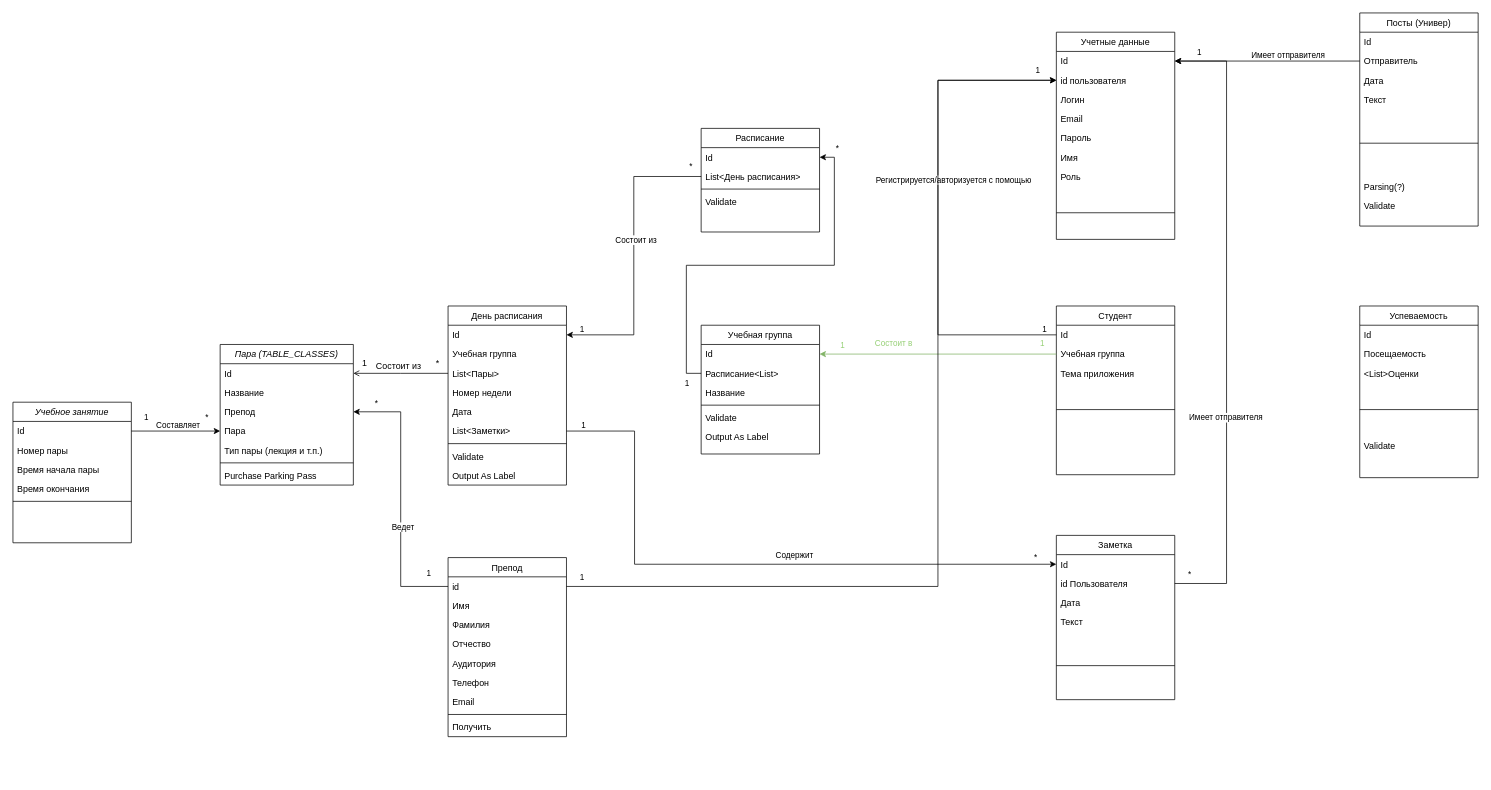
This is diagrams/ClassDiagram.drawio from BytesCrusher/kgtuapp, a draw.io file, before an edit. Source tidied: cells renumbered, new cells numbered last; positions are measured from the earlier drawing's top-left corner, leaving out a move shared by most shapes. Both pictures are drawn from the tidied source at 74%, with x=0, y=0 at pixel (13, 13).
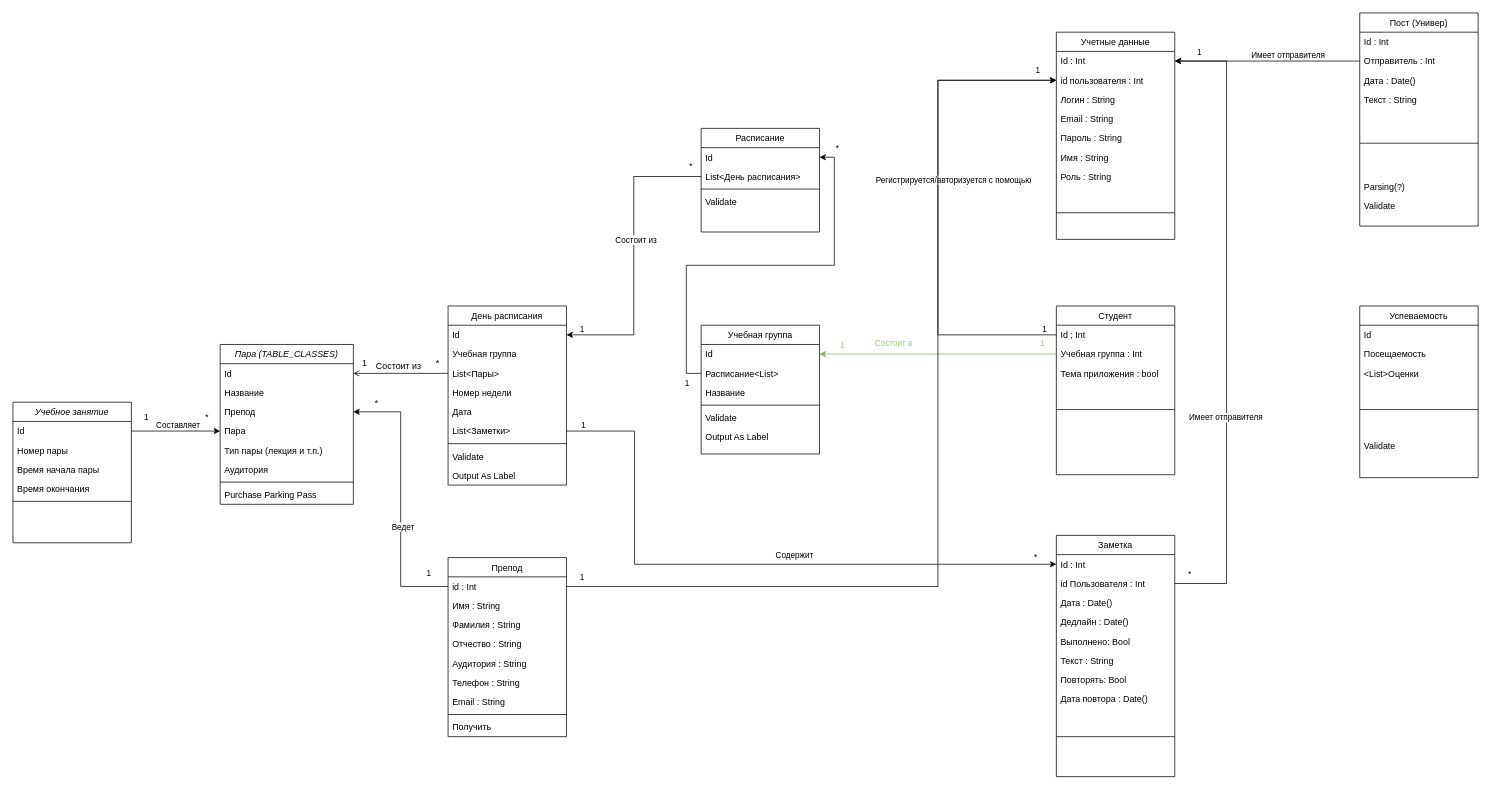
The same diagram, later.

The change refers to these unchanged cells:
```xml
<mxCell id="10" value="Препод" style="swimlane;fontStyle=0;align=center;verticalAlign=top;horizontal=1;startSize=26;rounded=0;shadow=0;strokeWidth=1;" parent="1" vertex="1">
  <mxGeometry x="588" y="736" width="160" height="242" as="geometry" />
</mxCell>
<mxCell id="46" value="Студент" style="swimlane;fontStyle=0;align=center;verticalAlign=top;horizontal=1;startSize=26;rounded=0;shadow=0;strokeWidth=1;" parent="1" vertex="1">
  <mxGeometry x="1410" y="396" width="160" height="228" as="geometry" />
</mxCell>
<mxCell id="74" value="Учетные данные" style="swimlane;fontStyle=0;align=center;verticalAlign=top;horizontal=1;startSize=26;rounded=0;shadow=0;strokeWidth=1;" parent="1" vertex="1">
  <mxGeometry x="1410" y="26" width="160" height="280" as="geometry" />
</mxCell>
```

What changed in the source:
```diff
@@
     <mxCell id="2" value="Пара (TABLE_CLASSES)" style="swimlane;fontStyle=2;align=center;verticalAlign=top;horizontal=1;startSize=26;rounded=0;shadow=0;strokeWidth=1;" parent="1" vertex="1">
-      <mxGeometry x="280" y="448" width="180" height="190" as="geometry" />
+      <mxGeometry x="280" y="448" width="180" height="216" as="geometry" />
     </mxCell>
@@
+    <mxCell id="122" value="Аудитория" style="text;align=left;verticalAlign=top;spacingLeft=4;spacingRight=4;overflow=hidden;" parent="2" vertex="1">
+      <mxGeometry y="156" width="180" height="26" as="geometry" />
+    </mxCell>
     <mxCell id="8" style="line;html=1;strokeWidth=1;align=left;verticalAlign=middle;spacingTop=-1;spacingLeft=3;spacingRight=3;labelPosition=right;" parent="2" vertex="1">
-      <mxGeometry y="156" width="180" height="8" as="geometry" />
+      <mxGeometry y="182" width="180" height="8" as="geometry" />
     </mxCell>
     <mxCell id="9" value="Purchase Parking Pass" style="text;align=left;verticalAlign=top;spacingLeft=4;spacingRight=4;overflow=hidden;" parent="2" vertex="1">
-      <mxGeometry y="164" width="180" height="26" as="geometry" />
+      <mxGeometry y="190" width="180" height="26" as="geometry" />
     </mxCell>
@@
-    <mxCell id="11" value="id" style="text;align=left;verticalAlign=top;spacingLeft=4;spacingRight=4;overflow=hidden;points=[[0,0.5],[1,0.5]];portConstraint=eastwest;" parent="10" vertex="1">
+    <mxCell id="11" value="id : Int" style="text;align=left;verticalAlign=top;spacingLeft=4;spacingRight=4;overflow=hidden;points=[[0,0.5],[1,0.5]];portConstraint=eastwest;" parent="10" vertex="1">
       <mxGeometry y="26" width="160" height="26" as="geometry" />
     </mxCell>
-    <mxCell id="12" value="Имя" style="text;align=left;verticalAlign=top;spacingLeft=4;spacingRight=4;overflow=hidden;" parent="10" vertex="1">
+    <mxCell id="12" value="Имя : String" style="text;align=left;verticalAlign=top;spacingLeft=4;spacingRight=4;overflow=hidden;" parent="10" vertex="1">
       <mxGeometry y="52" width="160" height="26" as="geometry" />
     </mxCell>
-    <mxCell id="13" value="Фамилия" style="text;align=left;verticalAlign=top;spacingLeft=4;spacingRight=4;overflow=hidden;" parent="10" vertex="1">
+    <mxCell id="13" value="Фамилия : String" style="text;align=left;verticalAlign=top;spacingLeft=4;spacingRight=4;overflow=hidden;" parent="10" vertex="1">
       <mxGeometry y="78" width="160" height="26" as="geometry" />
     </mxCell>
-    <mxCell id="14" value="Отчество" style="text;align=left;verticalAlign=top;spacingLeft=4;spacingRight=4;overflow=hidden;" parent="10" vertex="1">
+    <mxCell id="14" value="Отчество : String" style="text;align=left;verticalAlign=top;spacingLeft=4;spacingRight=4;overflow=hidden;" parent="10" vertex="1">
       <mxGeometry y="104" width="160" height="26" as="geometry" />
     </mxCell>
-    <mxCell id="15" value="Аудитория" style="text;align=left;verticalAlign=top;spacingLeft=4;spacingRight=4;overflow=hidden;" parent="10" vertex="1">
+    <mxCell id="15" value="Аудитория : String" style="text;align=left;verticalAlign=top;spacingLeft=4;spacingRight=4;overflow=hidden;" parent="10" vertex="1">
       <mxGeometry y="130" width="160" height="26" as="geometry" />
     </mxCell>
-    <mxCell id="16" value="Телефон" style="text;align=left;verticalAlign=top;spacingLeft=4;spacingRight=4;overflow=hidden;" parent="10" vertex="1">
+    <mxCell id="16" value="Телефон : String" style="text;align=left;verticalAlign=top;spacingLeft=4;spacingRight=4;overflow=hidden;" parent="10" vertex="1">
       <mxGeometry y="156" width="160" height="26" as="geometry" />
     </mxCell>
-    <mxCell id="17" value="Email" style="text;align=left;verticalAlign=top;spacingLeft=4;spacingRight=4;overflow=hidden;" parent="10" vertex="1">
+    <mxCell id="17" value="Email : String" style="text;align=left;verticalAlign=top;spacingLeft=4;spacingRight=4;overflow=hidden;" parent="10" vertex="1">
       <mxGeometry y="182" width="160" height="26" as="geometry" />
     </mxCell>
@@
-    <mxCell id="47" value="Id" style="text;align=left;verticalAlign=top;spacingLeft=4;spacingRight=4;overflow=hidden;points=[[0,0.5],[1,0.5]];portConstraint=eastwest;" parent="46" vertex="1">
+    <mxCell id="47" value="Id ; Int" style="text;align=left;verticalAlign=top;spacingLeft=4;spacingRight=4;overflow=hidden;points=[[0,0.5],[1,0.5]];portConstraint=eastwest;" parent="46" vertex="1">
       <mxGeometry y="26" width="160" height="26" as="geometry" />
     </mxCell>
-    <mxCell id="48" value="Учебная группа&#10;" style="text;align=left;verticalAlign=top;spacingLeft=4;spacingRight=4;overflow=hidden;points=[[0,0.5],[1,0.5]];portConstraint=eastwest;" parent="46" vertex="1">
+    <mxCell id="48" value="Учебная группа : Int&#10;" style="text;align=left;verticalAlign=top;spacingLeft=4;spacingRight=4;overflow=hidden;points=[[0,0.5],[1,0.5]];portConstraint=eastwest;" parent="46" vertex="1">
       <mxGeometry y="52" width="160" height="26" as="geometry" />
     </mxCell>
-    <mxCell id="49" value="Тема приложения" style="text;align=left;verticalAlign=top;spacingLeft=4;spacingRight=4;overflow=hidden;" parent="46" vertex="1">
+    <mxCell id="49" value="Тема приложения : bool" style="text;align=left;verticalAlign=top;spacingLeft=4;spacingRight=4;overflow=hidden;" parent="46" vertex="1">
       <mxGeometry y="78" width="160" height="26" as="geometry" />
     </mxCell>
@@
-    <mxCell id="58" value="Посты (Универ)" style="swimlane;fontStyle=0;align=center;verticalAlign=top;horizontal=1;startSize=26;rounded=0;shadow=0;strokeWidth=1;" parent="1" vertex="1">
+    <mxCell id="58" value="Пост (Универ)" style="swimlane;fontStyle=0;align=center;verticalAlign=top;horizontal=1;startSize=26;rounded=0;shadow=0;strokeWidth=1;" parent="1" vertex="1">
       <mxGeometry x="1820" width="160" height="288" as="geometry" />
     </mxCell>
-    <mxCell id="59" value="Id" style="text;align=left;verticalAlign=top;spacingLeft=4;spacingRight=4;overflow=hidden;" parent="58" vertex="1">
+    <mxCell id="59" value="Id : Int" style="text;align=left;verticalAlign=top;spacingLeft=4;spacingRight=4;overflow=hidden;" parent="58" vertex="1">
       <mxGeometry y="26" width="160" height="26" as="geometry" />
     </mxCell>
-    <mxCell id="60" value="Отправитель" style="text;align=left;verticalAlign=top;spacingLeft=4;spacingRight=4;overflow=hidden;points=[[0,0.5],[1,0.5]];portConstraint=eastwest;" parent="58" vertex="1">
+    <mxCell id="60" value="Отправитель : Int" style="text;align=left;verticalAlign=top;spacingLeft=4;spacingRight=4;overflow=hidden;points=[[0,0.5],[1,0.5]];portConstraint=eastwest;" parent="58" vertex="1">
       <mxGeometry y="52" width="160" height="26" as="geometry" />
     </mxCell>
-    <mxCell id="61" value="Дата" style="text;align=left;verticalAlign=top;spacingLeft=4;spacingRight=4;overflow=hidden;" parent="58" vertex="1">
+    <mxCell id="61" value="Дата : Date()" style="text;align=left;verticalAlign=top;spacingLeft=4;spacingRight=4;overflow=hidden;" parent="58" vertex="1">
       <mxGeometry y="78" width="160" height="26" as="geometry" />
     </mxCell>
-    <mxCell id="62" value="Текст" style="text;align=left;verticalAlign=top;spacingLeft=4;spacingRight=4;overflow=hidden;" parent="58" vertex="1">
+    <mxCell id="62" value="Текст : String" style="text;align=left;verticalAlign=top;spacingLeft=4;spacingRight=4;overflow=hidden;" parent="58" vertex="1">
       <mxGeometry y="104" width="160" height="26" as="geometry" />
     </mxCell>
@@
-    <mxCell id="75" value="Id" style="text;align=left;verticalAlign=top;spacingLeft=4;spacingRight=4;overflow=hidden;points=[[0,0.5],[1,0.5]];portConstraint=eastwest;" parent="74" vertex="1">
+    <mxCell id="75" value="Id : Int" style="text;align=left;verticalAlign=top;spacingLeft=4;spacingRight=4;overflow=hidden;points=[[0,0.5],[1,0.5]];portConstraint=eastwest;" parent="74" vertex="1">
       <mxGeometry y="26" width="160" height="26" as="geometry" />
     </mxCell>
-    <mxCell id="76" value="id пользователя" style="text;align=left;verticalAlign=top;spacingLeft=4;spacingRight=4;overflow=hidden;points=[[0,0.5],[1,0.5]];portConstraint=eastwest;" parent="74" vertex="1">
+    <mxCell id="76" value="id пользователя : Int" style="text;align=left;verticalAlign=top;spacingLeft=4;spacingRight=4;overflow=hidden;points=[[0,0.5],[1,0.5]];portConstraint=eastwest;" parent="74" vertex="1">
       <mxGeometry y="52" width="160" height="26" as="geometry" />
     </mxCell>
-    <mxCell id="77" value="Логин" style="text;align=left;verticalAlign=top;spacingLeft=4;spacingRight=4;overflow=hidden;" parent="74" vertex="1">
+    <mxCell id="77" value="Логин : String" style="text;align=left;verticalAlign=top;spacingLeft=4;spacingRight=4;overflow=hidden;" parent="74" vertex="1">
       <mxGeometry y="78" width="160" height="26" as="geometry" />
     </mxCell>
-    <mxCell id="78" value="Email" style="text;align=left;verticalAlign=top;spacingLeft=4;spacingRight=4;overflow=hidden;" parent="74" vertex="1">
+    <mxCell id="78" value="Email : String" style="text;align=left;verticalAlign=top;spacingLeft=4;spacingRight=4;overflow=hidden;" parent="74" vertex="1">
       <mxGeometry y="104" width="160" height="26" as="geometry" />
     </mxCell>
-    <mxCell id="79" value="Пароль" style="text;align=left;verticalAlign=top;spacingLeft=4;spacingRight=4;overflow=hidden;" parent="74" vertex="1">
+    <mxCell id="79" value="Пароль : String" style="text;align=left;verticalAlign=top;spacingLeft=4;spacingRight=4;overflow=hidden;" parent="74" vertex="1">
       <mxGeometry y="130" width="160" height="26" as="geometry" />
     </mxCell>
-    <mxCell id="80" value="Имя" style="text;align=left;verticalAlign=top;spacingLeft=4;spacingRight=4;overflow=hidden;" parent="74" vertex="1">
+    <mxCell id="80" value="Имя : String" style="text;align=left;verticalAlign=top;spacingLeft=4;spacingRight=4;overflow=hidden;" parent="74" vertex="1">
       <mxGeometry y="156" width="160" height="26" as="geometry" />
     </mxCell>
-    <mxCell id="81" value="Роль" style="text;align=left;verticalAlign=top;spacingLeft=4;spacingRight=4;overflow=hidden;" parent="74" vertex="1">
+    <mxCell id="81" value="Роль : String" style="text;align=left;verticalAlign=top;spacingLeft=4;spacingRight=4;overflow=hidden;" parent="74" vertex="1">
       <mxGeometry y="182" width="160" height="26" as="geometry" />
     </mxCell>
@@
     <mxCell id="90" value="Заметка" style="swimlane;fontStyle=0;align=center;verticalAlign=top;horizontal=1;startSize=26;rounded=0;shadow=0;strokeWidth=1;" parent="1" vertex="1">
-      <mxGeometry x="1410" y="706" width="160" height="222" as="geometry" />
+      <mxGeometry x="1410" y="706" width="160" height="326" as="geometry" />
     </mxCell>
-    <mxCell id="91" value="Id" style="text;align=left;verticalAlign=top;spacingLeft=4;spacingRight=4;overflow=hidden;points=[[0,0.5],[1,0.5]];portConstraint=eastwest;" parent="90" vertex="1">
+    <mxCell id="91" value="Id : Int" style="text;align=left;verticalAlign=top;spacingLeft=4;spacingRight=4;overflow=hidden;points=[[0,0.5],[1,0.5]];portConstraint=eastwest;" parent="90" vertex="1">
       <mxGeometry y="26" width="160" height="26" as="geometry" />
     </mxCell>
-    <mxCell id="92" value="id Пользователя" style="text;align=left;verticalAlign=top;spacingLeft=4;spacingRight=4;overflow=hidden;points=[[0,0.5],[1,0.5]];portConstraint=eastwest;" parent="90" vertex="1">
+    <mxCell id="92" value="id Пользователя : Int" style="text;align=left;verticalAlign=top;spacingLeft=4;spacingRight=4;overflow=hidden;points=[[0,0.5],[1,0.5]];portConstraint=eastwest;" parent="90" vertex="1">
       <mxGeometry y="52" width="160" height="26" as="geometry" />
     </mxCell>
-    <mxCell id="93" value="Дата" style="text;align=left;verticalAlign=top;spacingLeft=4;spacingRight=4;overflow=hidden;" parent="90" vertex="1">
+    <mxCell id="93" value="Дата : Date()" style="text;align=left;verticalAlign=top;spacingLeft=4;spacingRight=4;overflow=hidden;" parent="90" vertex="1">
       <mxGeometry y="78" width="160" height="26" as="geometry" />
     </mxCell>
+    <mxCell id="123" value="Дедлайн : Date()" style="text;align=left;verticalAlign=top;spacingLeft=4;spacingRight=4;overflow=hidden;" parent="90" vertex="1">
+      <mxGeometry y="104" width="160" height="26" as="geometry" />
+    </mxCell>
+    <mxCell id="124" value="Выполнено: Bool" style="text;align=left;verticalAlign=top;spacingLeft=4;spacingRight=4;overflow=hidden;" parent="90" vertex="1">
+      <mxGeometry y="130" width="160" height="26" as="geometry" />
+    </mxCell>
-    <mxCell id="94" value="Текст" style="text;align=left;verticalAlign=top;spacingLeft=4;spacingRight=4;overflow=hidden;" parent="90" vertex="1">
-      <mxGeometry y="104" width="160" height="26" as="geometry" />
+    <mxCell id="94" value="Текст : String " style="text;align=left;verticalAlign=top;spacingLeft=4;spacingRight=4;overflow=hidden;" parent="90" vertex="1">
+      <mxGeometry y="156" width="160" height="26" as="geometry" />
     </mxCell>
+    <mxCell id="125" value="Повторять: Bool" style="text;align=left;verticalAlign=top;spacingLeft=4;spacingRight=4;overflow=hidden;" parent="90" vertex="1">
+      <mxGeometry y="182" width="160" height="26" as="geometry" />
+    </mxCell>
+    <mxCell id="126" value="Дата повтора : Date()" style="text;align=left;verticalAlign=top;spacingLeft=4;spacingRight=4;overflow=hidden;" parent="90" vertex="1">
+      <mxGeometry y="208" width="160" height="26" as="geometry" />
+    </mxCell>
     <mxCell id="95" style="line;html=1;strokeWidth=1;align=left;verticalAlign=middle;spacingTop=-1;spacingLeft=3;spacingRight=3;labelPosition=right;" parent="90" vertex="1">
-      <mxGeometry y="130" width="160" height="92" as="geometry" />
+      <mxGeometry y="234" width="160" height="76" as="geometry" />
     </mxCell>
```
